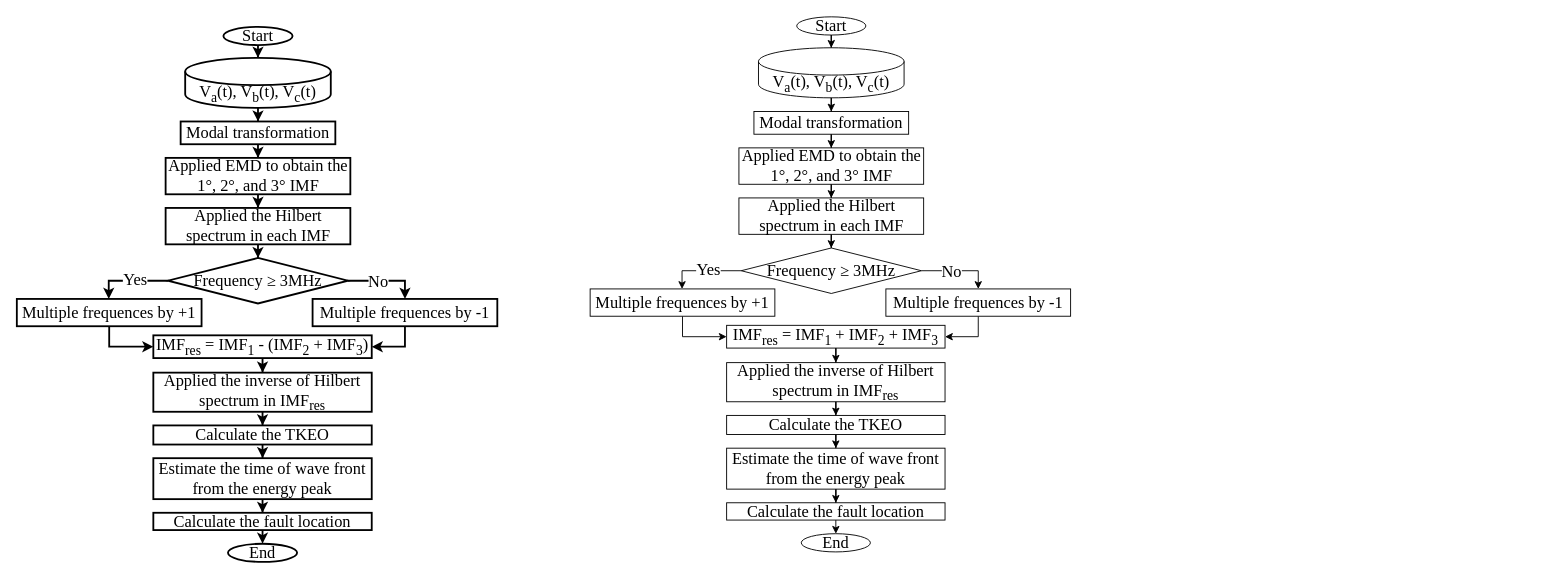
Earlier version of the draw.io diagram fluxograma_ipst_2025_travellingwaves.drawio (CaioVCGrilo/fluxogramas). Source tidied: cells renumbered, new cells numbered last; positions are measured from the earlier drawing's top-left corner, leaving out a move shared by most shapes. Both pictures are drawn from the tidied source at 91%, with x=0, y=0 at pixel (16, 16).
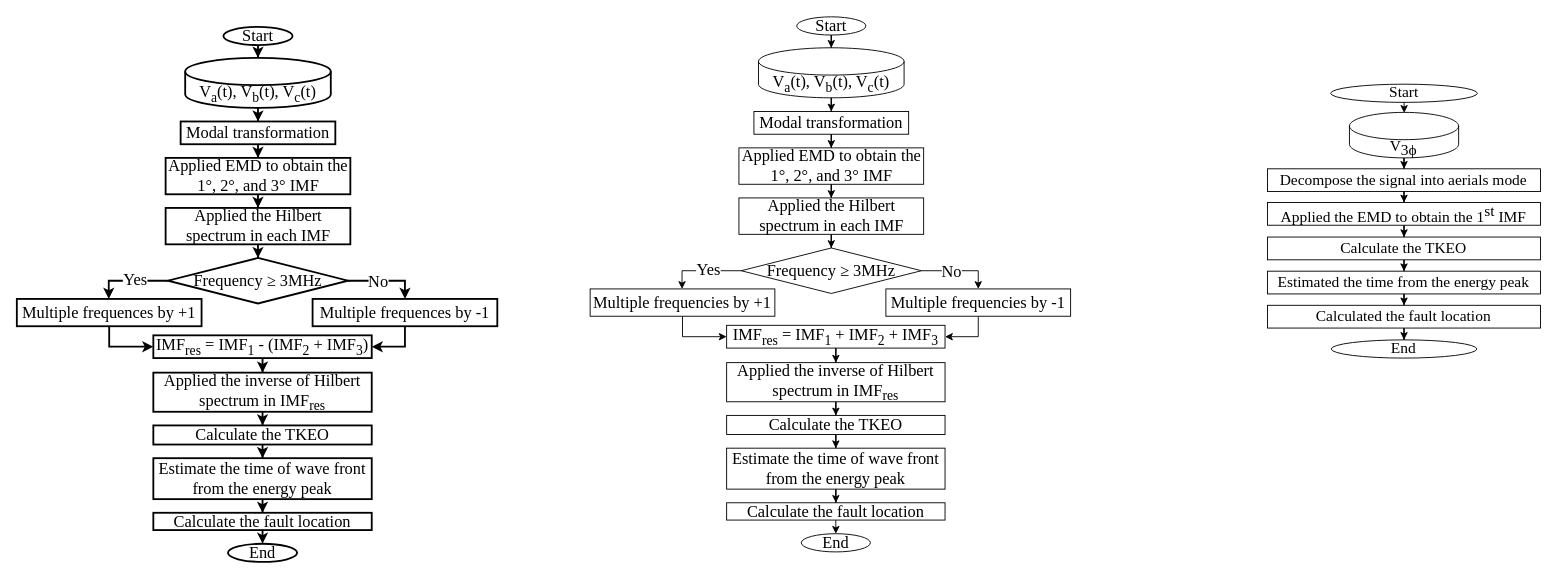
After the change.

What changed in the source:
```diff
@@
-    <mxCell id="43" value="&lt;font face=&quot;Times New Roman&quot; style=&quot;font-size: 18px;&quot;&gt;Multiple frequences by +1&lt;/font&gt;" style="rounded=0;whiteSpace=wrap;html=1;strokeWidth=1;" parent="1" vertex="1">
+    <mxCell id="43" value="&lt;font face=&quot;Times New Roman&quot; style=&quot;font-size: 18px;&quot;&gt;Multiple frequencies by +1&lt;/font&gt;" style="rounded=0;whiteSpace=wrap;html=1;strokeWidth=1;" parent="1" vertex="1">
       <mxGeometry x="630" y="299" width="203" height="30" as="geometry" />
     </mxCell>
@@
-    <mxCell id="45" value="&lt;font face=&quot;Times New Roman&quot; style=&quot;font-size: 18px;&quot;&gt;Multiple frequences by -1&lt;/font&gt;" style="rounded=0;whiteSpace=wrap;html=1;strokeWidth=1;" parent="1" vertex="1">
+    <mxCell id="45" value="&lt;font face=&quot;Times New Roman&quot; style=&quot;font-size: 18px;&quot;&gt;Multiple frequencies by -1&lt;/font&gt;" style="rounded=0;whiteSpace=wrap;html=1;strokeWidth=1;" parent="1" vertex="1">
       <mxGeometry x="955" y="299" width="203" height="30" as="geometry" />
     </mxCell>
@@
+    <mxCell id="62" value="&lt;font style=&quot;font-size: 17px;&quot;&gt;Start&lt;/font&gt;" style="ellipse;whiteSpace=wrap;html=1;strokeWidth=1;fontFamily=Times New Roman;verticalAlign=middle;fontSize=17;spacing=2;spacingTop=0;" parent="1" vertex="1">
+      <mxGeometry x="1443.8" y="74" width="161.2" height="20" as="geometry" />
+    </mxCell>
+    <mxCell id="63" style="edgeStyle=orthogonalEdgeStyle;rounded=0;jettySize=auto;html=1;entryX=0.5;entryY=0;entryDx=0;entryDy=0;fontFamily=Times New Roman;verticalAlign=middle;fontSize=17;spacing=2;spacingTop=0;" parent="1" edge="1" source="64" target="66">
+      <mxGeometry relative="1" as="geometry" />
+    </mxCell>
+    <mxCell id="64" value="&lt;font style=&quot;font-size: 17px;&quot;&gt;&lt;font style=&quot;font-size: 17px;&quot;&gt;V&lt;sub style=&quot;font-size: 17px;&quot;&gt;3&lt;/sub&gt;&lt;/font&gt;&lt;font style=&quot;font-size: 17px;&quot;&gt;&lt;sub style=&quot;font-size: 17px;&quot;&gt;ϕ&lt;/sub&gt;&lt;/font&gt;&lt;/font&gt;" style="shape=cylinder3;whiteSpace=wrap;html=1;boundedLbl=1;backgroundOutline=1;size=15;strokeWidth=1;fontFamily=Times New Roman;verticalAlign=middle;fontSize=17;spacing=2;spacingTop=5;" parent="1" vertex="1">
+      <mxGeometry x="1464.4" y="105" width="120" height="50" as="geometry" />
+    </mxCell>
+    <mxCell id="65" style="edgeStyle=orthogonalEdgeStyle;rounded=0;jettySize=auto;html=1;entryX=0.5;entryY=0;entryDx=0;entryDy=0;fontFamily=Times New Roman;verticalAlign=middle;fontSize=17;spacing=2;spacingTop=0;" parent="1" edge="1" source="66" target="68">
+      <mxGeometry relative="1" as="geometry" />
+    </mxCell>
+    <mxCell id="66" value="&lt;font style=&quot;font-size: 17px;&quot;&gt;Decompose the signal into aerials mode&lt;/font&gt;" style="rounded=0;whiteSpace=wrap;html=1;strokeWidth=1;fontFamily=Times New Roman;verticalAlign=middle;fontSize=17;spacing=2;spacingTop=0;" parent="1" vertex="1">
+      <mxGeometry x="1374.4" y="167" width="300" height="25" as="geometry" />
+    </mxCell>
+    <mxCell id="67" style="edgeStyle=orthogonalEdgeStyle;rounded=0;jettySize=auto;html=1;entryX=0.5;entryY=0;entryDx=0;entryDy=0;fontFamily=Times New Roman;verticalAlign=middle;fontSize=17;spacing=2;spacingTop=0;" parent="1" edge="1" source="68" target="70">
+      <mxGeometry relative="1" as="geometry" />
+    </mxCell>
+    <mxCell id="68" value="&lt;font style=&quot;font-size: 17px;&quot;&gt;Applied the EMD to obtain the 1&lt;sup style=&quot;font-size: 17px;&quot;&gt;st&lt;/sup&gt; IMF&lt;/font&gt;" style="rounded=0;whiteSpace=wrap;html=1;strokeWidth=1;fontFamily=Times New Roman;verticalAlign=middle;fontSize=17;spacing=2;spacingTop=0;" parent="1" vertex="1">
+      <mxGeometry x="1374.4" y="204" width="300" height="25" as="geometry" />
+    </mxCell>
+    <mxCell id="69" style="edgeStyle=orthogonalEdgeStyle;rounded=0;jettySize=auto;html=1;entryX=0.5;entryY=0;entryDx=0;entryDy=0;fontFamily=Times New Roman;verticalAlign=middle;fontSize=17;spacing=2;spacingTop=0;" parent="1" edge="1" source="70" target="72">
+      <mxGeometry relative="1" as="geometry" />
+    </mxCell>
+    <mxCell id="70" value="&lt;font style=&quot;font-size: 17px;&quot;&gt;&lt;span style=&quot;font-size: 17px;&quot;&gt;Calculate the TKEO&lt;/span&gt;&lt;/font&gt;" style="rounded=0;whiteSpace=wrap;html=1;strokeWidth=1;fontFamily=Times New Roman;verticalAlign=middle;fontSize=17;spacing=2;spacingTop=0;" parent="1" vertex="1">
+      <mxGeometry x="1374.4" y="242" width="300" height="25" as="geometry" />
+    </mxCell>
+    <mxCell id="71" style="edgeStyle=orthogonalEdgeStyle;rounded=0;jettySize=auto;html=1;entryX=0.5;entryY=0;entryDx=0;entryDy=0;fontFamily=Times New Roman;verticalAlign=middle;fontSize=17;spacing=2;spacingTop=0;" parent="1" edge="1" source="72" target="74">
+      <mxGeometry relative="1" as="geometry" />
+    </mxCell>
+    <mxCell id="72" value="&lt;div style=&quot;font-size: 17px;&quot;&gt;&lt;font style=&quot;font-size: 17px;&quot;&gt;&lt;span style=&quot;font-size: 17px;&quot;&gt;Estimated the time&amp;nbsp;&lt;/span&gt;&lt;/font&gt;&lt;span style=&quot;font-size: 17px; background-color: initial;&quot;&gt;from the energy peak&lt;/span&gt;&lt;/div&gt;" style="rounded=0;whiteSpace=wrap;html=1;strokeWidth=1;fontFamily=Times New Roman;verticalAlign=middle;fontSize=17;spacing=2;spacingTop=0;" parent="1" vertex="1">
+      <mxGeometry x="1374.4" y="279.5" width="300" height="25" as="geometry" />
+    </mxCell>
+    <mxCell id="73" style="edgeStyle=orthogonalEdgeStyle;rounded=0;jettySize=auto;html=1;entryX=0.5;entryY=0;entryDx=0;entryDy=0;fontFamily=Times New Roman;verticalAlign=middle;fontSize=17;spacing=2;spacingTop=0;" parent="1" edge="1" source="74" target="75">
+      <mxGeometry relative="1" as="geometry" />
+    </mxCell>
+    <mxCell id="74" value="&lt;div style=&quot;font-size: 17px;&quot;&gt;&lt;font style=&quot;font-size: 17px;&quot;&gt;&lt;span style=&quot;font-size: 17px;&quot;&gt;Calculated the fault&amp;nbsp;&lt;/span&gt;&lt;/font&gt;&lt;span style=&quot;font-size: 17px; background-color: initial;&quot;&gt;location&lt;/span&gt;&lt;/div&gt;" style="rounded=0;whiteSpace=wrap;html=1;strokeWidth=1;fontFamily=Times New Roman;verticalAlign=middle;fontSize=17;spacing=2;spacingTop=0;" parent="1" vertex="1">
+      <mxGeometry x="1374.4" y="317" width="300" height="25" as="geometry" />
+    </mxCell>
+    <mxCell id="75" value="&lt;font style=&quot;font-size: 17px;&quot;&gt;End&lt;/font&gt;" style="ellipse;whiteSpace=wrap;html=1;strokeWidth=1;fontFamily=Times New Roman;verticalAlign=middle;fontSize=17;spacing=2;spacingTop=0;" parent="1" vertex="1">
+      <mxGeometry x="1444.4" y="355" width="160" height="20" as="geometry" />
+    </mxCell>
+    <mxCell id="76" style="edgeStyle=orthogonalEdgeStyle;rounded=0;jettySize=auto;html=1;entryX=0.501;entryY=0.011;entryDx=0;entryDy=0;entryPerimeter=0;fontFamily=Times New Roman;verticalAlign=middle;fontSize=17;spacing=2;spacingTop=0;" parent="1" edge="1" source="62" target="64">
+      <mxGeometry relative="1" as="geometry">
+        <Array as="points">
+          <mxPoint x="1524" y="95" />
+        </Array>
+      </mxGeometry>
+    </mxCell>
```
